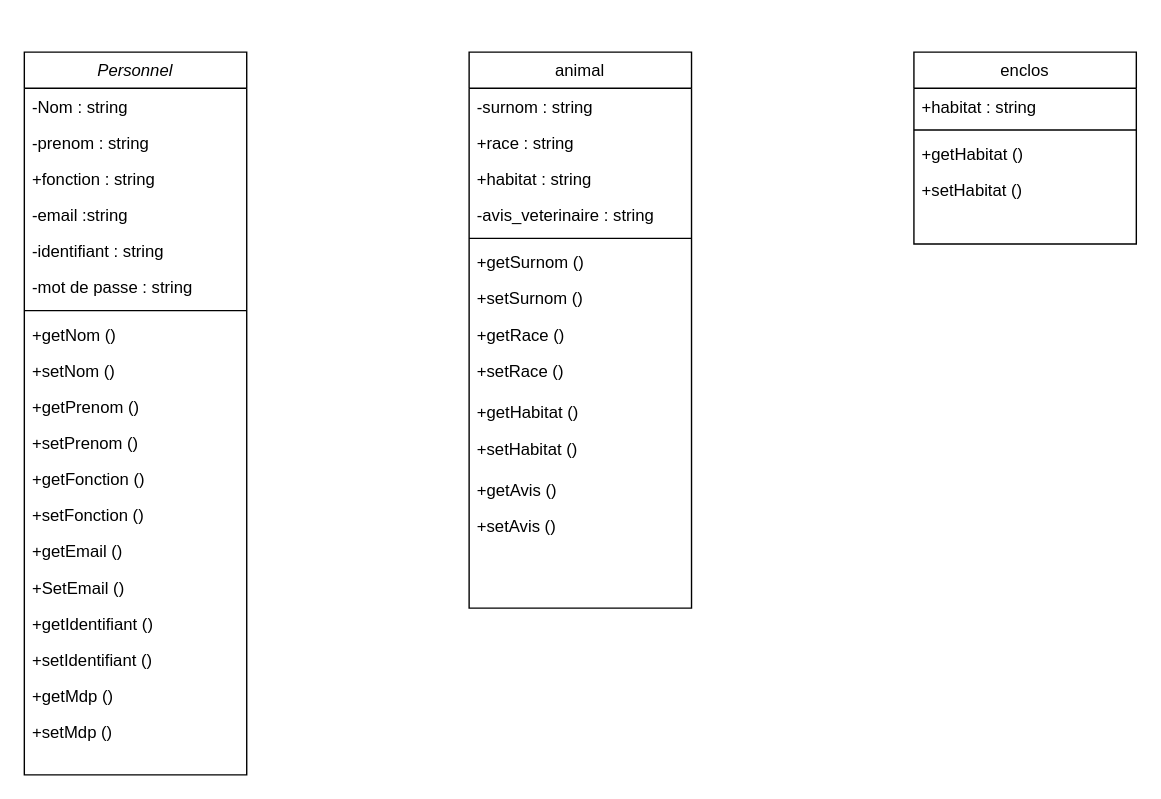
Before: Diagramme sans nom.drawio in fredlesieur/TEST, a draw.io diagram. Source tidied: cells renumbered, new cells numbered last; positions are measured from the earlier drawing's top-left corner, leaving out a move shared by most shapes. Both pictures are drawn from the tidied source at 139%, with x=0, y=0 at pixel (24, 51).
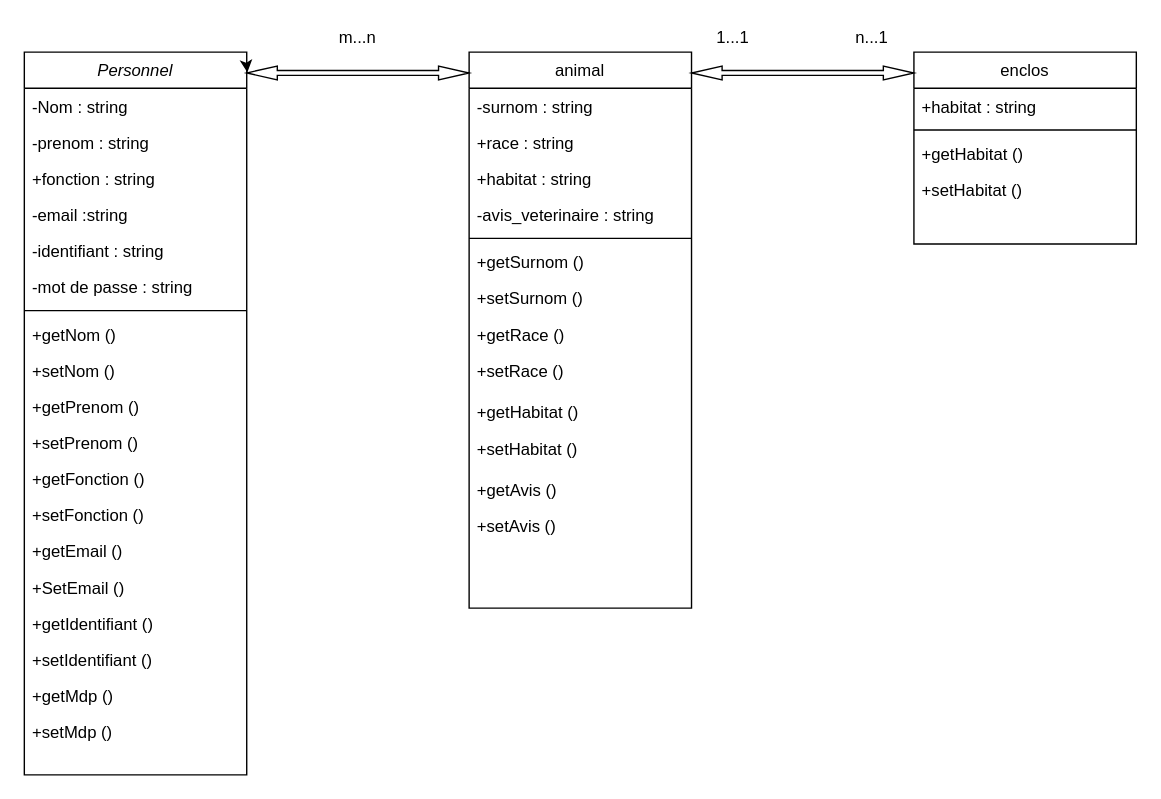
After the change.

Commit message:
Mettre à jour Diagramme sans nom.drawio

The change refers to these unchanged cells:
```xml
<mxCell id="2" value="Personnel" style="swimlane;fontStyle=2;align=center;verticalAlign=top;horizontal=1;startSize=26;rounded=0;shadow=0;strokeWidth=1;" parent="1" vertex="1">
  <mxGeometry width="160" height="520" as="geometry" />
</mxCell>
<mxCell id="27" value="animal" style="swimlane;fontStyle=0;align=center;verticalAlign=top;horizontal=1;startSize=26;rounded=0;shadow=0;strokeWidth=1;" parent="1" vertex="1">
  <mxGeometry x="320" width="160" height="400" as="geometry" />
</mxCell>
```

What changed in the source:
```diff
@@
+    <mxCell id="41" style="edgeStyle=none;rounded=0;jettySize=auto;html=1;entryX=1.003;entryY=0.028;entryDx=0;entryDy=0;entryPerimeter=0;exitX=0;exitY=0.025;exitDx=0;exitDy=0;exitPerimeter=0;" parent="1" edge="1" source="44" target="2">
+      <mxGeometry relative="1" as="geometry" />
+    </mxCell>
@@
+    <mxCell id="42" value="m...n" style="text;strokeColor=none;align=center;fillColor=none;html=1;verticalAlign=middle;whiteSpace=wrap;rounded=0;" parent="1" vertex="1">
+      <mxGeometry x="220" y="-20" width="40" height="20" as="geometry" />
+    </mxCell>
+    <mxCell id="43" style="edgeStyle=none;rounded=0;jettySize=auto;html=1;entryX=1.003;entryY=0.028;entryDx=0;entryDy=0;entryPerimeter=0;exitX=0;exitY=0.025;exitDx=0;exitDy=0;exitPerimeter=0;" parent="1" edge="1" source="27" target="44">
+      <mxGeometry relative="1" as="geometry" />
+    </mxCell>
+    <mxCell id="44" style="html=1;shadow=0;dashed=0;align=center;verticalAlign=middle;shape=mxgraph.arrows2.twoWayArrow;dy=0.65;dx=22;" parent="1" vertex="1">
+      <mxGeometry x="160" y="10" width="160" height="10" as="geometry" />
+    </mxCell>
+    <mxCell id="45" style="html=1;shadow=0;dashed=0;align=center;verticalAlign=middle;shape=mxgraph.arrows2.twoWayArrow;dy=0.65;dx=22;" parent="1" vertex="1">
+      <mxGeometry x="480" y="10" width="160" height="10" as="geometry" />
+    </mxCell>
+    <mxCell id="46" value="1...1" style="text;strokeColor=none;align=center;fillColor=none;html=1;verticalAlign=middle;whiteSpace=wrap;rounded=0;" parent="1" vertex="1">
+      <mxGeometry x="490" y="-20" width="40" height="20" as="geometry" />
+    </mxCell>
+    <mxCell id="47" value="n...1" style="text;strokeColor=none;align=center;fillColor=none;html=1;verticalAlign=middle;whiteSpace=wrap;rounded=0;" parent="1" vertex="1">
+      <mxGeometry x="590" y="-20" width="40" height="20" as="geometry" />
+    </mxCell>
```
